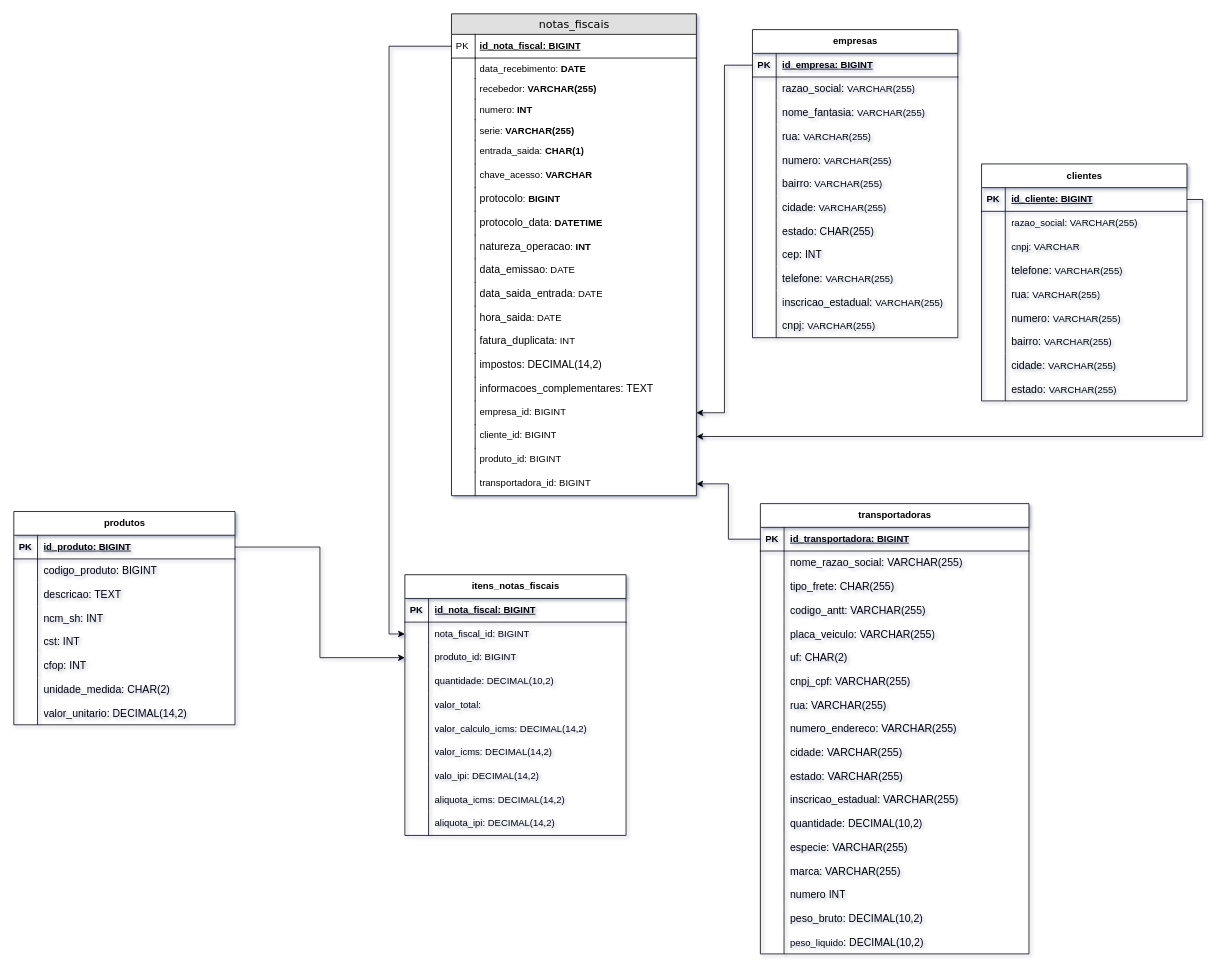
Before: Diagrama sem nome.drawio in RenanSMA/3-Semestre, a draw.io diagram. Source tidied: cells renumbered, new cells numbered last; positions are measured from the earlier drawing's top-left corner, leaving out a move shared by most shapes. Both pictures are drawn from the tidied source at 79%, with x=0, y=0 at pixel (13, 13).
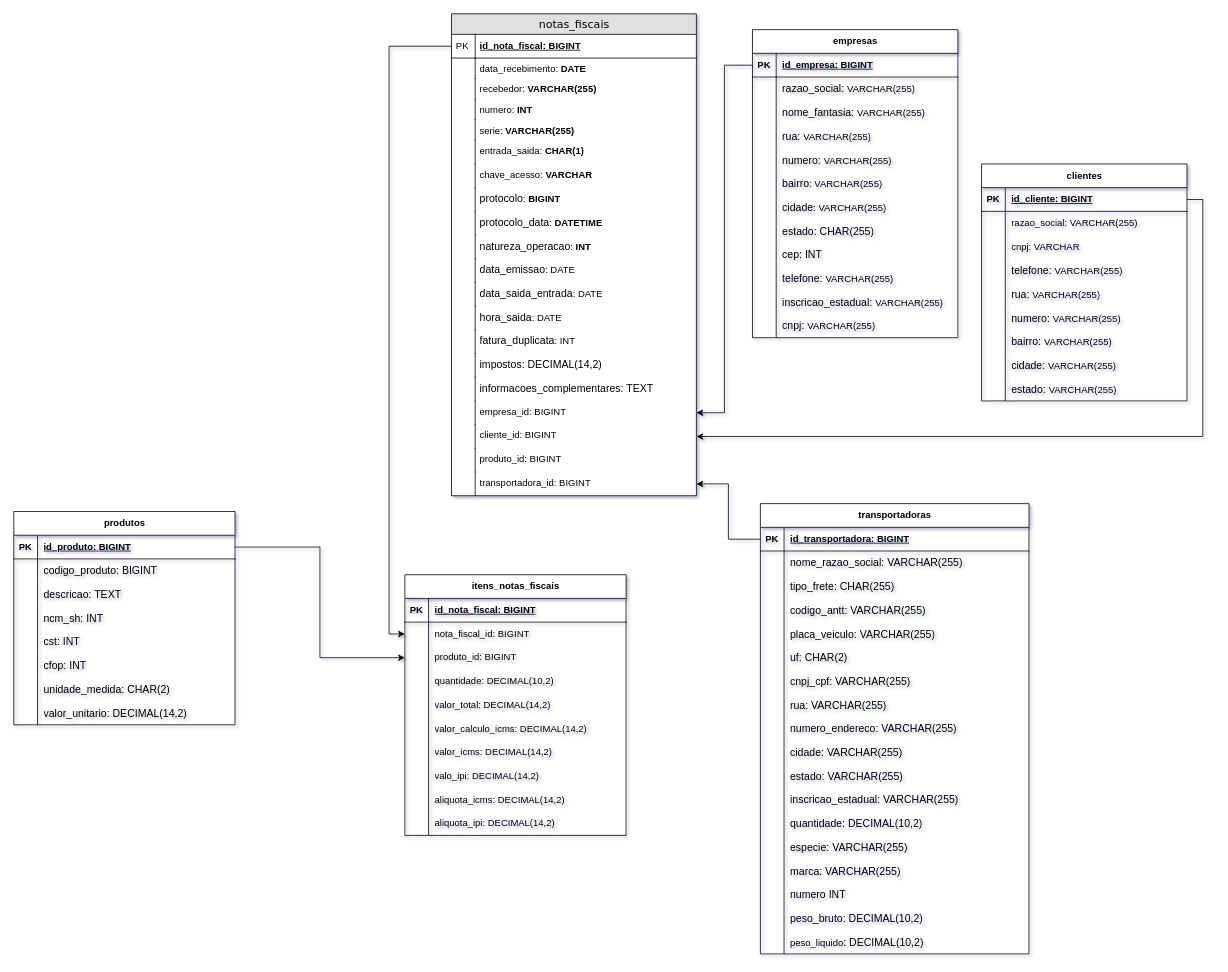
The same page after the edit.

Unchanged cells that the change refers to:
```xml
<mxCell id="203" style="shape=tableRow;horizontal=0;startSize=0;swimlaneHead=0;swimlaneBody=0;fillColor=none;top=0;left=0;right=0;bottom=0;" parent="190" vertex="1">
  <mxGeometry y="150" width="280" height="30" as="geometry" />
</mxCell>
```

The edit, as a diff of the source:
```diff
@@
-    <mxCell id="205" value="valor_total:" style="shape=partialRectangle;fillColor=none;top=0;left=0;bottom=0;right=0;align=left;spacingLeft=6;overflow=hidden;whiteSpace=wrap;html=1;" parent="203" vertex="1">
+    <mxCell id="205" value="valor_total: DECIMAL(14,2)" style="shape=partialRectangle;fillColor=none;top=0;left=0;bottom=0;right=0;align=left;spacingLeft=6;overflow=hidden;whiteSpace=wrap;html=1;" parent="203" vertex="1">
       <mxGeometry x="30" width="250" height="30" as="geometry" />
     </mxCell>
```
